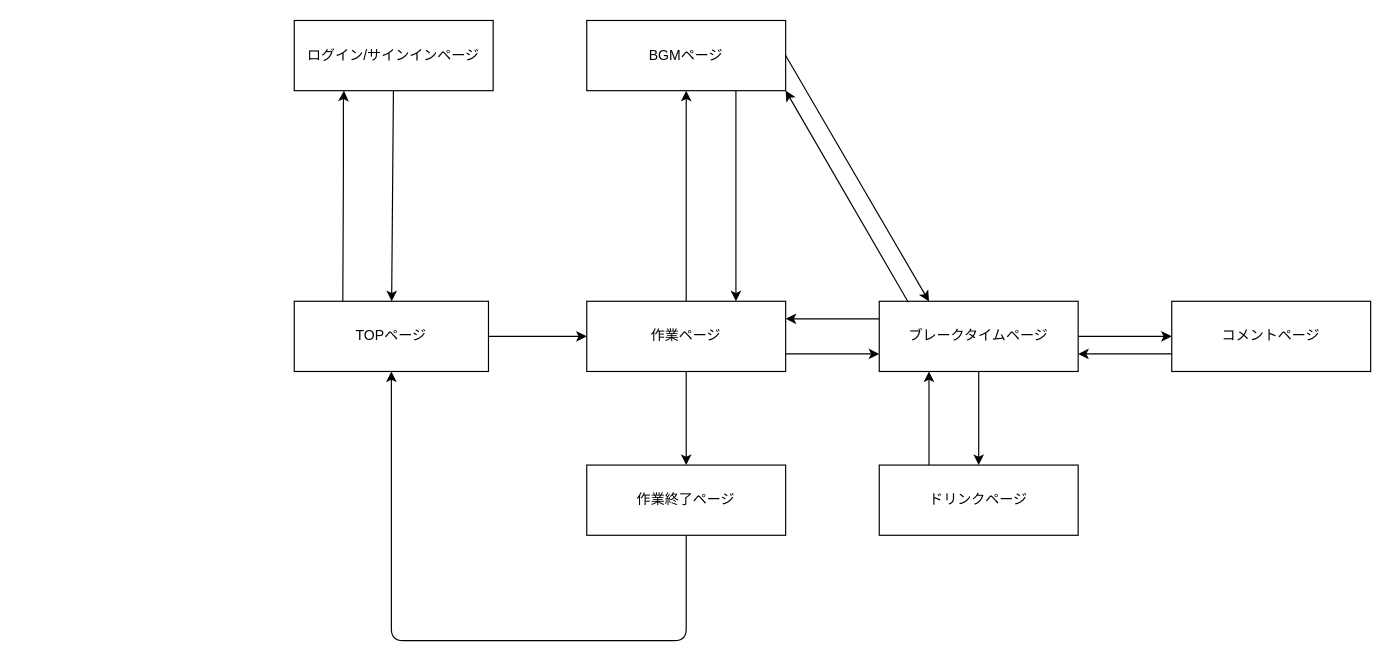
Before: SENI.dio in pamapama1/sakutomo, a draw.io diagram. Source tidied: cells renumbered, new cells numbered last; positions are measured from the earlier drawing's top-left corner, leaving out a move shared by most shapes. Both pictures are drawn from the tidied source at 117%, with x=0, y=0 at pixel (294, 20).
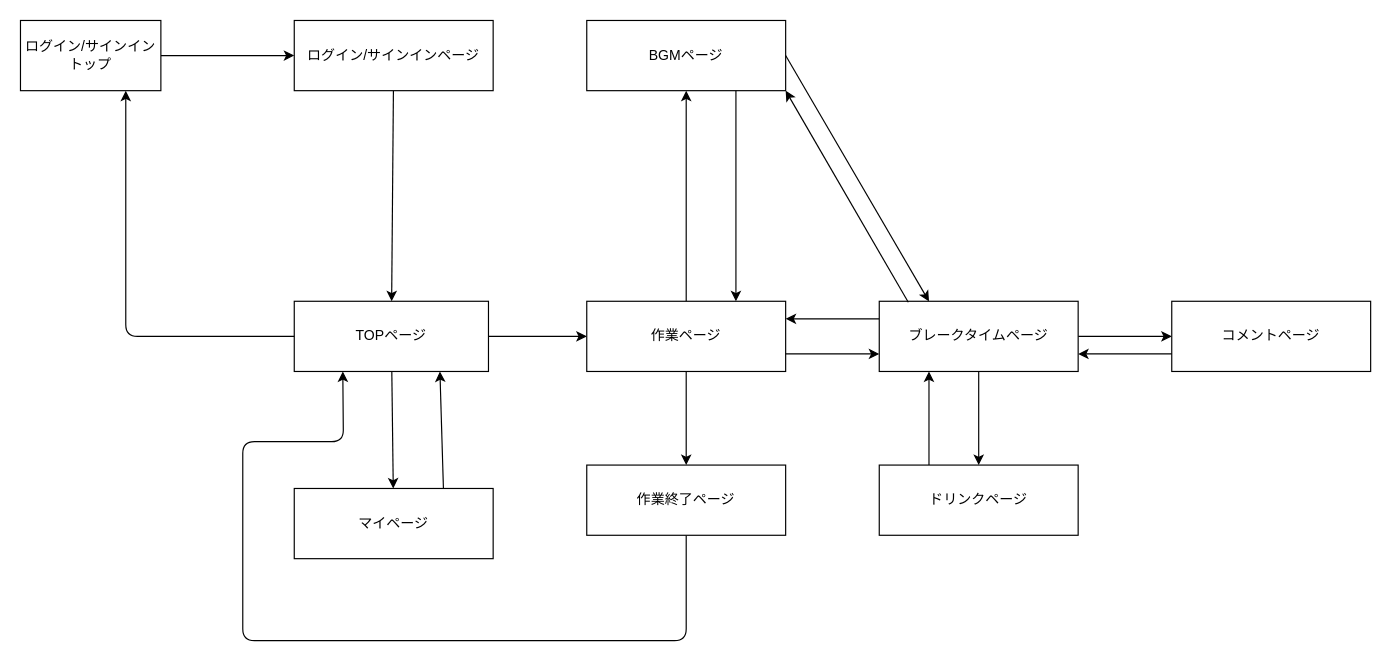
The same diagram, later.

Unchanged cells that the change refers to:
```xml
<mxCell id="3" value="ログイン/サインインページ" style="rounded=0;whiteSpace=wrap;html=1;" parent="1" vertex="1">
  <mxGeometry width="170" height="60" as="geometry" />
</mxCell>
<mxCell id="5" value="TOPページ" style="rounded=0;whiteSpace=wrap;html=1;" parent="1" vertex="1">
  <mxGeometry y="240" width="166" height="60" as="geometry" />
</mxCell>
<mxCell id="24" value="作業終了ページ" style="rounded=0;whiteSpace=wrap;html=1;" parent="1" vertex="1">
  <mxGeometry x="250" y="380" width="170" height="60" as="geometry" />
</mxCell>
```

The edit, as a diff of the source:
```diff
@@
+    <mxCell id="25" style="edgeStyle=none;html=1;" parent="1" edge="1" source="26" target="3">
+      <mxGeometry relative="1" as="geometry" />
+    </mxCell>
+    <mxCell id="26" value="ログイン/サインイントップ" style="rounded=0;whiteSpace=wrap;html=1;" parent="1" vertex="1">
+      <mxGeometry x="-234" width="120" height="60" as="geometry" />
+    </mxCell>
+    <mxCell id="27" style="edgeStyle=none;html=1;" parent="1" edge="1" source="5" target="28">
+      <mxGeometry relative="1" as="geometry" />
+    </mxCell>
@@
+    <mxCell id="28" value="マイページ" style="rounded=0;whiteSpace=wrap;html=1;" parent="1" vertex="1">
+      <mxGeometry y="400" width="170" height="60" as="geometry" />
+    </mxCell>
-    <mxCell id="6" style="edgeStyle=none;html=1;entryX=0.25;entryY=1;entryDx=0;entryDy=0;exitX=0.25;exitY=0;exitDx=0;exitDy=0;" parent="1" edge="1" source="5" target="3">
+    <mxCell id="6" style="edgeStyle=none;html=1;entryX=0.75;entryY=1;entryDx=0;entryDy=0;exitX=0;exitY=0.5;exitDx=0;exitDy=0;" parent="1" edge="1" source="5" target="26">
       <mxGeometry relative="1" as="geometry">
         <Array as="points">
-          <mxPoint x="42" y="130" />
-          <mxPoint x="42" y="70" />
+          <mxPoint x="-144" y="270" />
         </Array>
       </mxGeometry>
     </mxCell>
+    <mxCell id="29" style="edgeStyle=none;html=1;entryX=0.75;entryY=1;entryDx=0;entryDy=0;exitX=0.75;exitY=0;exitDx=0;exitDy=0;" parent="1" edge="1" source="28" target="5">
+      <mxGeometry relative="1" as="geometry" />
+    </mxCell>
@@
-    <mxCell id="23" style="edgeStyle=none;html=1;entryX=0.5;entryY=1;entryDx=0;entryDy=0;" parent="1" edge="1" source="24" target="5">
+    <mxCell id="23" style="edgeStyle=none;html=1;entryX=0.25;entryY=1;entryDx=0;entryDy=0;" parent="1" edge="1" source="24" target="5">
       <mxGeometry relative="1" as="geometry">
         <Array as="points">
           <mxPoint x="335" y="530" />
-          <mxPoint x="83" y="530" />
+          <mxPoint x="-44" y="530" />
+          <mxPoint x="-44" y="360" />
+          <mxPoint x="42" y="360" />
         </Array>
       </mxGeometry>
     </mxCell>
```
